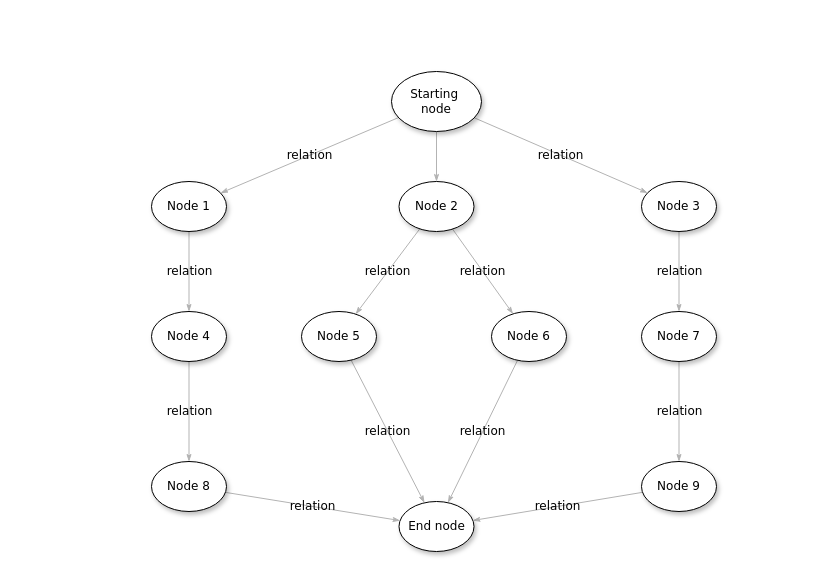
Before: 未命名绘图.drawio in catnuko/banapy.github.io, a draw.io diagram. Source tidied: cells renumbered, new cells numbered last; positions are measured from the earlier drawing's top-left corner, leaving out a move shared by most shapes. Both pictures are drawn from the tidied source at 100%, with x=0, y=0 at pixel (151, 71).
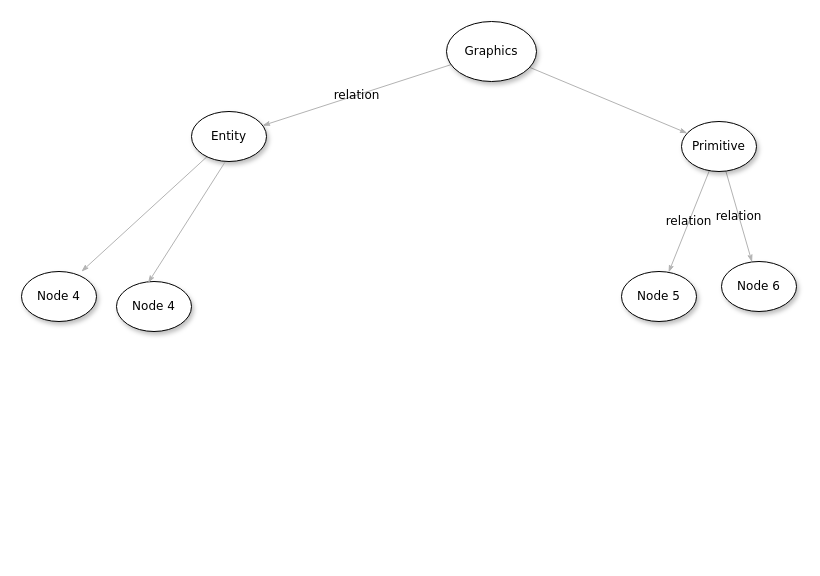
Above is the later version.

Commit message:
更新未命名绘图.drawio

Diff of the diagram source:
```diff
@@
-    <mxCell id="4" value="relation" style="edgeStyle=none;rounded=1;html=1;labelBackgroundColor=none;startArrow=none;startFill=0;startSize=5;endArrow=classicThin;endFill=1;endSize=5;jettySize=auto;strokeColor=#B3B3B3;strokeWidth=1;fontFamily=Verdana;fontSize=12;" parent="1" edge="1" source="5" target="10">
-      <mxGeometry relative="1" as="geometry" />
-    </mxCell>
-    <mxCell id="5" value="Starting&amp;nbsp;&lt;div&gt;node&lt;/div&gt;" style="ellipse;whiteSpace=wrap;html=1;rounded=0;shadow=1;comic=0;labelBackgroundColor=none;strokeWidth=1;fontFamily=Verdana;fontSize=12;align=center;" parent="1" vertex="1">
-      <mxGeometry x="240" width="90" height="60" as="geometry" />
+    <mxCell id="5" value="Graphics" style="ellipse;whiteSpace=wrap;html=1;rounded=0;shadow=1;comic=0;labelBackgroundColor=none;strokeWidth=1;fontFamily=Verdana;fontSize=12;align=center;" parent="1" vertex="1">
+      <mxGeometry x="295" y="-50" width="90" height="60" as="geometry" />
     </mxCell>
@@
-    <mxCell id="8" value="&lt;span&gt;Node 2&lt;/span&gt;" style="ellipse;whiteSpace=wrap;html=1;rounded=0;shadow=1;comic=0;labelBackgroundColor=none;strokeWidth=1;fontFamily=Verdana;fontSize=12;align=center;" parent="1" vertex="1">
-      <mxGeometry x="247.5" y="110" width="75" height="50" as="geometry" />
+    <mxCell id="8" value="&lt;span&gt;Primitive&lt;/span&gt;" style="ellipse;whiteSpace=wrap;html=1;rounded=0;shadow=1;comic=0;labelBackgroundColor=none;strokeWidth=1;fontFamily=Verdana;fontSize=12;align=center;" parent="1" vertex="1">
+      <mxGeometry x="530" y="50" width="75" height="50" as="geometry" />
     </mxCell>
-    <mxCell id="9" value="relation" style="edgeStyle=none;rounded=1;html=1;labelBackgroundColor=none;startArrow=none;startFill=0;startSize=5;endArrow=classicThin;endFill=1;endSize=5;jettySize=auto;strokeColor=#B3B3B3;strokeWidth=1;fontFamily=Verdana;fontSize=12;" parent="1" edge="1" source="10" target="12">
-      <mxGeometry relative="1" as="geometry" />
-    </mxCell>
-    <mxCell id="10" value="&lt;span&gt;Node 3&lt;/span&gt;" style="ellipse;whiteSpace=wrap;html=1;rounded=0;shadow=1;comic=0;labelBackgroundColor=none;strokeWidth=1;fontFamily=Verdana;fontSize=12;align=center;" parent="1" vertex="1">
-      <mxGeometry x="490" y="110" width="75" height="50" as="geometry" />
-    </mxCell>
-    <mxCell id="11" value="relation" style="edgeStyle=none;rounded=1;html=1;labelBackgroundColor=none;startArrow=none;startFill=0;startSize=5;endArrow=classicThin;endFill=1;endSize=5;jettySize=auto;strokeColor=#B3B3B3;strokeWidth=1;fontFamily=Verdana;fontSize=12;" parent="1" edge="1" source="12" target="14">
-      <mxGeometry relative="1" as="geometry" />
-    </mxCell>
-    <mxCell id="12" value="&lt;span&gt;Node 7&lt;/span&gt;" style="ellipse;whiteSpace=wrap;html=1;rounded=0;shadow=1;comic=0;labelBackgroundColor=none;strokeWidth=1;fontFamily=Verdana;fontSize=12;align=center;" parent="1" vertex="1">
-      <mxGeometry x="490" y="240" width="75" height="50" as="geometry" />
-    </mxCell>
-    <mxCell id="13" value="relation" style="edgeStyle=none;rounded=1;html=1;labelBackgroundColor=none;startArrow=none;startFill=0;startSize=5;endArrow=classicThin;endFill=1;endSize=5;jettySize=auto;strokeColor=#B3B3B3;strokeWidth=1;fontFamily=Verdana;fontSize=12;" parent="1" edge="1" source="14" target="19">
-      <mxGeometry relative="1" as="geometry" />
-    </mxCell>
-    <mxCell id="14" value="&lt;span&gt;Node 9&lt;/span&gt;" style="ellipse;whiteSpace=wrap;html=1;rounded=0;shadow=1;comic=0;labelBackgroundColor=none;strokeWidth=1;fontFamily=Verdana;fontSize=12;align=center;" parent="1" vertex="1">
-      <mxGeometry x="490" y="390" width="75" height="50" as="geometry" />
-    </mxCell>
-    <mxCell id="15" value="relation" style="edgeStyle=none;rounded=1;html=1;labelBackgroundColor=none;startArrow=none;startFill=0;startSize=5;endArrow=classicThin;endFill=1;endSize=5;jettySize=auto;strokeColor=#B3B3B3;strokeWidth=1;fontFamily=Verdana;fontSize=12;" parent="1" edge="1" source="16" target="19">
-      <mxGeometry relative="1" as="geometry" />
-    </mxCell>
     <mxCell id="16" value="&lt;span&gt;Node 6&lt;/span&gt;" style="ellipse;whiteSpace=wrap;html=1;rounded=0;shadow=1;comic=0;labelBackgroundColor=none;strokeWidth=1;fontFamily=Verdana;fontSize=12;align=center;" parent="1" vertex="1">
-      <mxGeometry x="340" y="240" width="75" height="50" as="geometry" />
+      <mxGeometry x="570" y="190" width="75" height="50" as="geometry" />
     </mxCell>
-    <mxCell id="17" value="relation" style="edgeStyle=none;rounded=1;html=1;labelBackgroundColor=none;startArrow=none;startFill=0;startSize=5;endArrow=classicThin;endFill=1;endSize=5;jettySize=auto;strokeColor=#B3B3B3;strokeWidth=1;fontFamily=Verdana;fontSize=12;" parent="1" edge="1" source="18" target="19">
-      <mxGeometry relative="1" as="geometry" />
-    </mxCell>
     <mxCell id="18" value="&lt;span&gt;Node 5&lt;/span&gt;" style="ellipse;whiteSpace=wrap;html=1;rounded=0;shadow=1;comic=0;labelBackgroundColor=none;strokeWidth=1;fontFamily=Verdana;fontSize=12;align=center;" parent="1" vertex="1">
-      <mxGeometry x="150" y="240" width="75" height="50" as="geometry" />
+      <mxGeometry x="470" y="200" width="75" height="50" as="geometry" />
     </mxCell>
-    <mxCell id="19" value="End node" style="ellipse;whiteSpace=wrap;html=1;rounded=0;shadow=1;comic=0;labelBackgroundColor=none;strokeWidth=1;fontFamily=Verdana;fontSize=12;align=center;" parent="1" vertex="1">
-      <mxGeometry x="247.5" y="430" width="75" height="50" as="geometry" />
-    </mxCell>
-    <mxCell id="20" value="relation" style="edgeStyle=none;rounded=1;html=1;labelBackgroundColor=none;startArrow=none;startFill=0;startSize=5;endArrow=classicThin;endFill=1;endSize=5;jettySize=auto;strokeColor=#B3B3B3;strokeWidth=1;fontFamily=Verdana;fontSize=12;" parent="1" edge="1" source="21" target="23">
+    <mxCell id="20" style="edgeStyle=none;rounded=1;html=1;labelBackgroundColor=none;startArrow=none;startFill=0;startSize=5;endArrow=classicThin;endFill=1;endSize=5;jettySize=auto;strokeColor=#B3B3B3;strokeWidth=1;fontFamily=Verdana;fontSize=12;entryX=0.8;entryY=0;entryDx=0;entryDy=0;entryPerimeter=0;" parent="1" edge="1" source="21" target="23">
       <mxGeometry relative="1" as="geometry" />
     </mxCell>
-    <mxCell id="21" value="Node 1" style="ellipse;whiteSpace=wrap;html=1;rounded=0;shadow=1;comic=0;labelBackgroundColor=none;strokeWidth=1;fontFamily=Verdana;fontSize=12;align=center;" parent="1" vertex="1">
-      <mxGeometry y="110" width="75" height="50" as="geometry" />
+    <mxCell id="21" value="Entity" style="ellipse;whiteSpace=wrap;html=1;rounded=0;shadow=1;comic=0;labelBackgroundColor=none;strokeWidth=1;fontFamily=Verdana;fontSize=12;align=center;" parent="1" vertex="1">
+      <mxGeometry x="40" y="40" width="75" height="50" as="geometry" />
     </mxCell>
-    <mxCell id="22" value="relation" style="edgeStyle=none;rounded=1;html=1;labelBackgroundColor=none;startArrow=none;startFill=0;startSize=5;endArrow=classicThin;endFill=1;endSize=5;jettySize=auto;strokeColor=#B3B3B3;strokeWidth=1;fontFamily=Verdana;fontSize=12;" parent="1" edge="1" source="23" target="25">
-      <mxGeometry relative="1" as="geometry" />
-    </mxCell>
     <mxCell id="23" value="&lt;span&gt;Node 4&lt;/span&gt;" style="ellipse;whiteSpace=wrap;html=1;rounded=0;shadow=1;comic=0;labelBackgroundColor=none;strokeWidth=1;fontFamily=Verdana;fontSize=12;align=center;" parent="1" vertex="1">
-      <mxGeometry y="240" width="75" height="50" as="geometry" />
+      <mxGeometry x="-130" y="200" width="75" height="50" as="geometry" />
     </mxCell>
-    <mxCell id="24" value="relation" style="edgeStyle=none;rounded=1;html=1;labelBackgroundColor=none;startArrow=none;startFill=0;startSize=5;endArrow=classicThin;endFill=1;endSize=5;jettySize=auto;strokeColor=#B3B3B3;strokeWidth=1;fontFamily=Verdana;fontSize=12;" parent="1" edge="1" source="25" target="19">
-      <mxGeometry relative="1" as="geometry" />
-    </mxCell>
-    <mxCell id="25" value="&lt;span&gt;Node 8&lt;/span&gt;" style="ellipse;whiteSpace=wrap;html=1;rounded=0;shadow=1;comic=0;labelBackgroundColor=none;strokeWidth=1;fontFamily=Verdana;fontSize=12;align=center;" parent="1" vertex="1">
-      <mxGeometry y="390" width="75" height="50" as="geometry" />
-    </mxCell>
+    <mxCell id="26" value="&lt;span&gt;Node 4&lt;/span&gt;" style="ellipse;whiteSpace=wrap;html=1;rounded=0;shadow=1;comic=0;labelBackgroundColor=none;strokeWidth=1;fontFamily=Verdana;fontSize=12;align=center;" parent="1" vertex="1">
+      <mxGeometry x="-35" y="210" width="75" height="50" as="geometry" />
+    </mxCell>
+    <mxCell id="27" style="edgeStyle=none;rounded=1;html=1;labelBackgroundColor=none;startArrow=none;startFill=0;startSize=5;endArrow=classicThin;endFill=1;endSize=5;jettySize=auto;strokeColor=#B3B3B3;strokeWidth=1;fontFamily=Verdana;fontSize=12;entryX=0.422;entryY=0.024;entryDx=0;entryDy=0;entryPerimeter=0;exitX=0.448;exitY=1.01;exitDx=0;exitDy=0;exitPerimeter=0;" parent="1" edge="1" source="21" target="26">
+      <mxGeometry relative="1" as="geometry" />
+    </mxCell>
```
